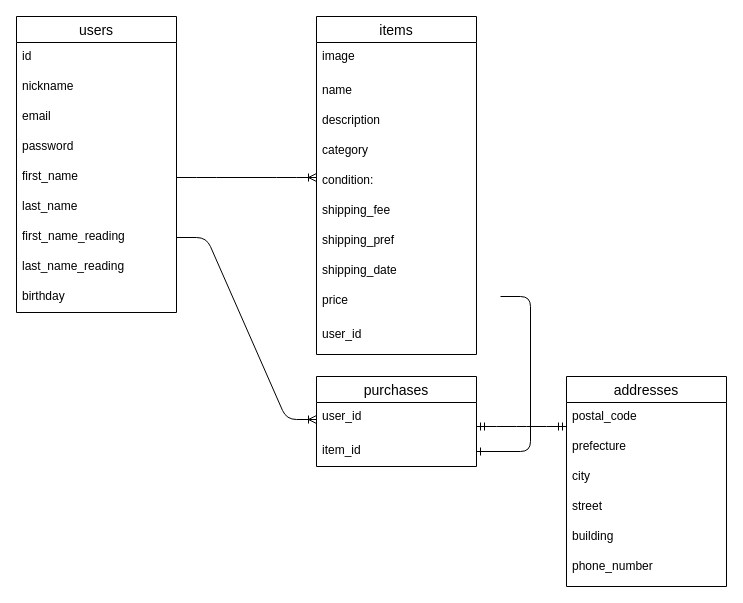
Earlier version of the draw.io diagram ER.dio (aiko38975/furima-38975). Source tidied: cells renumbered, new cells numbered last; positions are measured from the earlier drawing's top-left corner, leaving out a move shared by most shapes. Both pictures are drawn from the tidied source at 100%, with x=0, y=0 at pixel (16, 16).
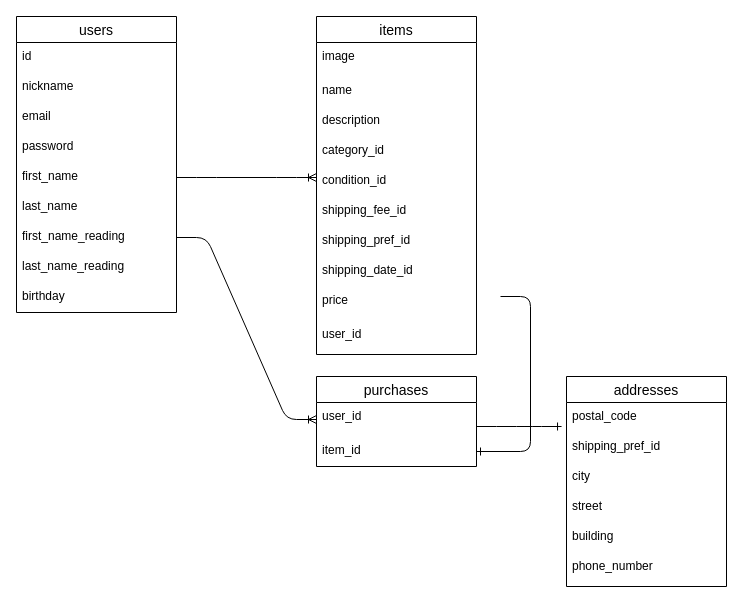
The same diagram, later.

Commit message (it also covers changes not shown here):
ER図とREADMEの修正

Unchanged cells that the change refers to:
```xml
<mxCell id="12" value="items" style="swimlane;fontStyle=0;horizontal=1;startSize=26;align=center;fontSize=14;" parent="1" vertex="1">
  <mxGeometry x="300" width="160" height="338" as="geometry" />
</mxCell>
<mxCell id="26" value="addresses" style="swimlane;fontStyle=0;horizontal=1;startSize=26;align=center;fontSize=14;" parent="1" vertex="1">
  <mxGeometry x="550" y="360" width="160" height="210" as="geometry" />
</mxCell>
<mxCell id="27" value="postal_code" style="text;strokeColor=none;fillColor=none;spacingLeft=4;spacingRight=4;overflow=hidden;points=[[0,0.5],[1,0.5]];portConstraint=eastwest;fontSize=12;" parent="26" vertex="1">
  <mxGeometry y="26" width="160" height="30" as="geometry" />
</mxCell>
```

The edit, as a diff of the source:
```diff
@@
-    <mxCell id="16" value="category" style="text;strokeColor=none;fillColor=none;spacingLeft=4;spacingRight=4;overflow=hidden;fontSize=12;" parent="12" vertex="1">
+    <mxCell id="16" value="category_id" style="text;strokeColor=none;fillColor=none;spacingLeft=4;spacingRight=4;overflow=hidden;fontSize=12;" parent="12" vertex="1">
       <mxGeometry y="120" width="160" height="30" as="geometry" />
     </mxCell>
-    <mxCell id="17" value="condition:" style="text;strokeColor=none;fillColor=none;spacingLeft=4;spacingRight=4;overflow=hidden;fontSize=12;" parent="12" vertex="1">
+    <mxCell id="17" value="condition_id" style="text;strokeColor=none;fillColor=none;spacingLeft=4;spacingRight=4;overflow=hidden;fontSize=12;" parent="12" vertex="1">
       <mxGeometry y="150" width="160" height="30" as="geometry" />
     </mxCell>
-    <mxCell id="18" value="shipping_fee " style="text;strokeColor=none;fillColor=none;spacingLeft=4;spacingRight=4;overflow=hidden;fontSize=12;" parent="12" vertex="1">
+    <mxCell id="18" value="shipping_fee_id" style="text;strokeColor=none;fillColor=none;spacingLeft=4;spacingRight=4;overflow=hidden;fontSize=12;" parent="12" vertex="1">
       <mxGeometry y="180" width="160" height="30" as="geometry" />
     </mxCell>
-    <mxCell id="19" value="shipping_pref" style="text;strokeColor=none;fillColor=none;spacingLeft=4;spacingRight=4;overflow=hidden;fontSize=12;" parent="12" vertex="1">
+    <mxCell id="19" value="shipping_pref_id" style="text;strokeColor=none;fillColor=none;spacingLeft=4;spacingRight=4;overflow=hidden;fontSize=12;" parent="12" vertex="1">
       <mxGeometry y="210" width="160" height="30" as="geometry" />
     </mxCell>
-    <mxCell id="20" value="shipping_date" style="text;strokeColor=none;fillColor=none;spacingLeft=4;spacingRight=4;overflow=hidden;fontSize=12;" parent="12" vertex="1">
+    <mxCell id="20" value="shipping_date_id" style="text;strokeColor=none;fillColor=none;spacingLeft=4;spacingRight=4;overflow=hidden;fontSize=12;" parent="12" vertex="1">
       <mxGeometry y="240" width="160" height="30" as="geometry" />
     </mxCell>
@@
-    <mxCell id="28" value="prefecture" style="text;strokeColor=none;fillColor=none;spacingLeft=4;spacingRight=4;overflow=hidden;fontSize=12;" parent="26" vertex="1">
+    <mxCell id="28" value="shipping_pref_id" style="text;strokeColor=none;fillColor=none;spacingLeft=4;spacingRight=4;overflow=hidden;fontSize=12;" parent="26" vertex="1">
       <mxGeometry y="56" width="160" height="30" as="geometry" />
     </mxCell>
@@
-    <mxCell id="34" style="edgeStyle=entityRelationEdgeStyle;fontSize=12;html=1;endArrow=ERmandOne;startArrow=ERmandOne;" parent="1" edge="1">
-      <mxGeometry relative="1" as="geometry">
-        <mxPoint x="460" y="410" as="sourcePoint" />
-        <mxPoint x="550" y="410" as="targetPoint" />
-      </mxGeometry>
-    </mxCell>
@@
+    <mxCell id="37" style="edgeStyle=entityRelationEdgeStyle;fontSize=12;html=1;endArrow=ERone;endFill=1;entryX=-0.031;entryY=0.8;entryDx=0;entryDy=0;entryPerimeter=0;" parent="1" edge="1" target="27">
+      <mxGeometry relative="1" as="geometry">
+        <mxPoint x="460" y="410" as="sourcePoint" />
+      </mxGeometry>
+    </mxCell>
```
